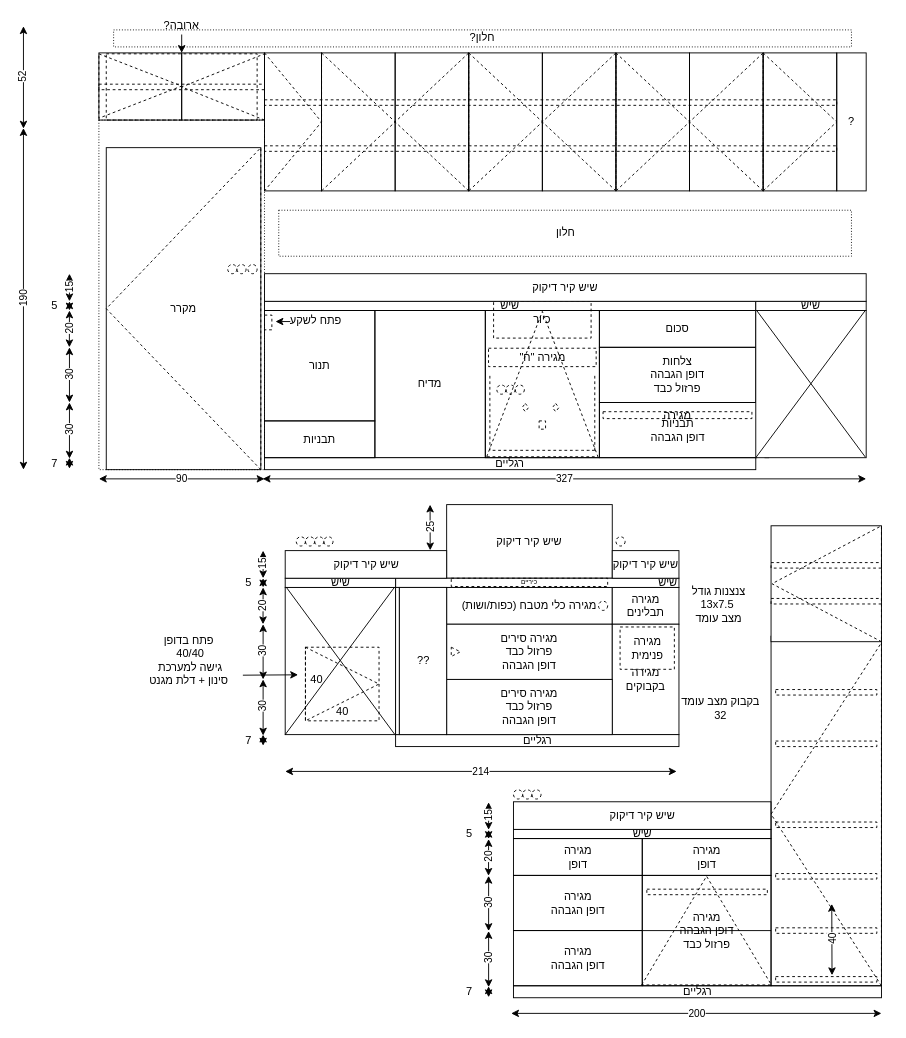
The draw.io diagram kitchen1.drawio in alonbl/alonbl.github.io, before the edit. Source tidied: cells renumbered, new cells numbered last; positions are measured from the earlier drawing's top-left corner, leaving out a move shared by most shapes. Both pictures are drawn from the tidied source at 92%, with x=0, y=0 at pixel (23, 16).
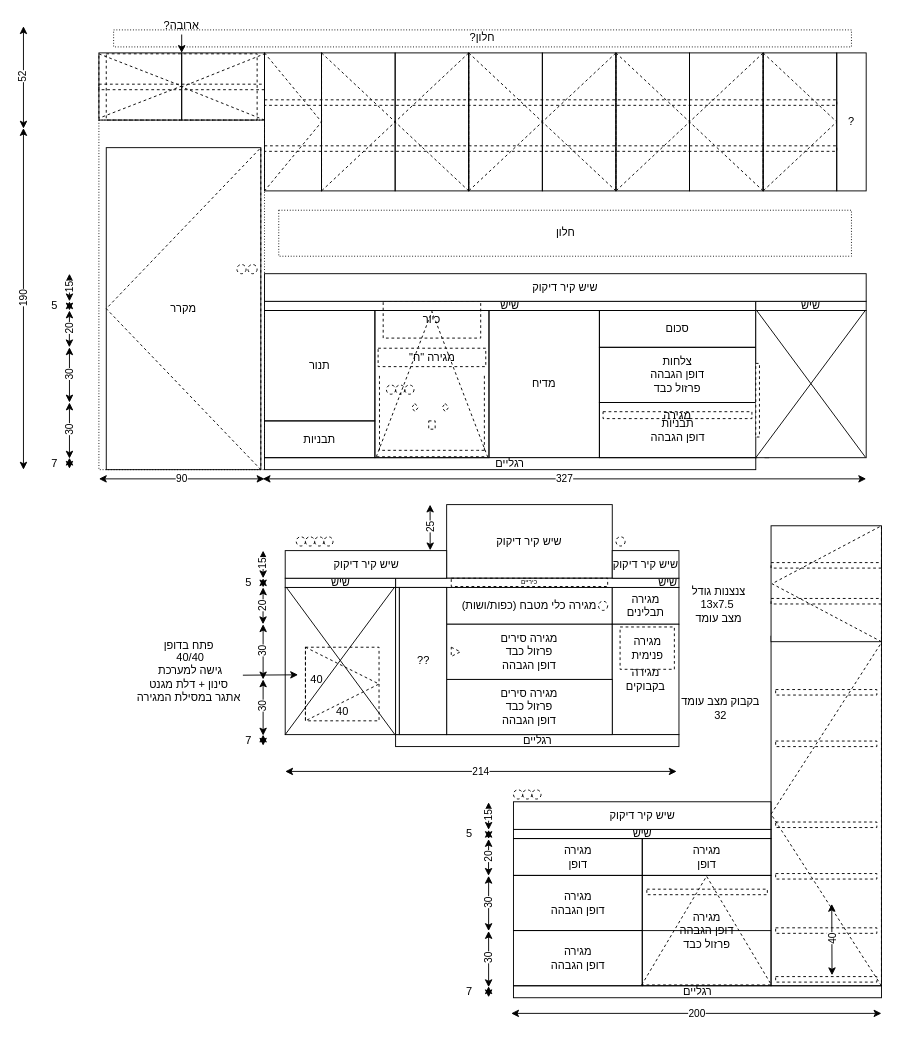
The same page after the edit.

Change to the diagram source:
```diff
@@
-    <mxCell id="28" value="&lt;div style=&quot;direction: rtl&quot;&gt;&lt;span&gt;פתח בדופן&lt;/span&gt;&lt;/div&gt;&lt;div style=&quot;direction: rtl&quot;&gt;&lt;span&gt;40/40&amp;nbsp;&lt;/span&gt;&lt;/div&gt;&lt;div style=&quot;direction: rtl&quot;&gt;&lt;span&gt;גישה למערכת&amp;nbsp;&lt;/span&gt;&lt;/div&gt;&lt;div style=&quot;direction: rtl&quot;&gt;&lt;span&gt;סינון + דלת מגנט&lt;/span&gt;&lt;/div&gt;" style="text;html=1;strokeColor=none;fillColor=none;align=center;verticalAlign=middle;whiteSpace=wrap;rounded=0;direction=rtl;" parent="1" vertex="1">
-      <mxGeometry x="120" y="672" width="120" height="55" as="geometry" />
+    <mxCell id="28" value="&lt;div style=&quot;direction: rtl&quot;&gt;&lt;span&gt;פתח בדופן&lt;/span&gt;&lt;/div&gt;&lt;div style=&quot;direction: rtl&quot;&gt;&lt;span&gt;40/40&amp;nbsp;&lt;/span&gt;&lt;/div&gt;&lt;div style=&quot;direction: rtl&quot;&gt;&lt;span&gt;גישה למערכת&amp;nbsp;&lt;/span&gt;&lt;/div&gt;&lt;div style=&quot;direction: rtl&quot;&gt;&lt;span&gt;סינון + דלת מגנט&lt;/span&gt;&lt;/div&gt;&lt;div style=&quot;direction: rtl&quot;&gt;אתגר במסילת המגירה&lt;/div&gt;" style="text;html=1;strokeColor=none;fillColor=none;align=center;verticalAlign=middle;whiteSpace=wrap;rounded=0;direction=rtl;" parent="1" vertex="1">
+      <mxGeometry x="120" y="672" width="120" height="79" as="geometry" />
     </mxCell>
@@
     <mxCell id="34" value="&lt;div style=&quot;direction: rtl&quot;&gt;&lt;span&gt;מדיח&lt;/span&gt;&lt;/div&gt;" style="rounded=0;whiteSpace=wrap;html=1;fillColor=none;" parent="1" vertex="1">
-      <mxGeometry x="382" y="320" width="120" height="160" as="geometry" />
+      <mxGeometry x="506" y="320" width="120" height="160" as="geometry" />
     </mxCell>
@@
     <mxCell id="39" value="&lt;div style=&quot;direction: rtl&quot;&gt;כיור&lt;/div&gt;" style="rounded=0;whiteSpace=wrap;html=1;fillColor=none;dashed=1;" parent="1" vertex="1">
-      <mxGeometry x="511" y="310" width="106" height="40" as="geometry" />
+      <mxGeometry x="391" y="310" width="106" height="40" as="geometry" />
     </mxCell>
     <mxCell id="40" value="&lt;div style=&quot;direction: rtl&quot;&gt;&lt;br&gt;&lt;/div&gt;" style="rounded=0;whiteSpace=wrap;html=1;fillColor=none;" parent="1" vertex="1">
-      <mxGeometry x="502" y="320" width="124" height="160" as="geometry" />
+      <mxGeometry x="382" y="320" width="124" height="160" as="geometry" />
     </mxCell>
@@
     <mxCell id="46" style="ellipse;whiteSpace=wrap;html=1;dashed=1;fillColor=none;" parent="1" vertex="1">
-      <mxGeometry x="514.5" y="401" width="10" height="10" as="geometry" />
+      <mxGeometry x="394.5" y="401" width="10" height="10" as="geometry" />
     </mxCell>
     <mxCell id="47" style="ellipse;whiteSpace=wrap;html=1;dashed=1;fillColor=none;" parent="1" vertex="1">
-      <mxGeometry x="534.5" y="401" width="10" height="10" as="geometry" />
+      <mxGeometry x="414.5" y="401" width="10" height="10" as="geometry" />
     </mxCell>
     <mxCell id="48" style="ellipse;whiteSpace=wrap;html=1;dashed=1;fillColor=none;" parent="1" vertex="1">
-      <mxGeometry x="524.5" y="401" width="10" height="10" as="geometry" />
+      <mxGeometry x="404.5" y="401" width="10" height="10" as="geometry" />
     </mxCell>
     <mxCell id="49" style="rhombus;whiteSpace=wrap;html=1;dashed=1;fillColor=none;" parent="1" vertex="1">
-      <mxGeometry x="542" y="421" width="7" height="9" as="geometry" />
+      <mxGeometry x="422" y="421" width="7" height="9" as="geometry" />
     </mxCell>
     <mxCell id="50" style="rounded=0;whiteSpace=wrap;html=1;dashed=1;fontFamily=Helvetica;fontSize=12;fontColor=#000000;align=center;strokeColor=#000000;" parent="1" vertex="1">
-      <mxGeometry x="560.5" y="440" width="7" height="9" as="geometry" />
+      <mxGeometry x="440.5" y="440" width="7" height="9" as="geometry" />
     </mxCell>
     <mxCell id="51" style="rhombus;whiteSpace=wrap;html=1;dashed=1;fillColor=none;" parent="1" vertex="1">
-      <mxGeometry x="575" y="421" width="7" height="9" as="geometry" />
+      <mxGeometry x="455" y="421" width="7" height="9" as="geometry" />
     </mxCell>
@@
     <mxCell id="56" value="&lt;div style=&quot;direction: rtl&quot;&gt;מגירה &quot;ח&quot;&lt;/div&gt;" style="rounded=0;whiteSpace=wrap;html=1;fillColor=none;dashed=1;" parent="1" vertex="1">
-      <mxGeometry x="505.5" y="361" width="117" height="20" as="geometry" />
+      <mxGeometry x="385.5" y="361" width="117" height="20" as="geometry" />
     </mxCell>
     <mxCell id="57" style="endArrow=none;dashed=1;html=1;entryX=0.04;entryY=0.444;entryDx=0;entryDy=0;entryPerimeter=0;" parent="1" edge="1" target="40">
       <mxGeometry relative="1" as="geometry">
-        <mxPoint x="507" y="472" as="sourcePoint" />
+        <mxPoint x="387" y="472" as="sourcePoint" />
       </mxGeometry>
     </mxCell>
     <mxCell id="58" style="endArrow=none;dashed=1;html=1;entryX=0.04;entryY=0.444;entryDx=0;entryDy=0;entryPerimeter=0;" parent="1" edge="1">
       <mxGeometry relative="1" as="geometry">
-        <mxPoint x="621" y="472" as="sourcePoint" />
-        <mxPoint x="621" y="391" as="targetPoint" />
+        <mxPoint x="501" y="472" as="sourcePoint" />
+        <mxPoint x="501" y="391" as="targetPoint" />
       </mxGeometry>
     </mxCell>
     <mxCell id="59" style="endArrow=none;dashed=1;html=1;" parent="1" edge="1">
       <mxGeometry relative="1" as="geometry">
-        <mxPoint x="621" y="472" as="sourcePoint" />
-        <mxPoint x="507" y="472" as="targetPoint" />
+        <mxPoint x="501" y="472" as="sourcePoint" />
+        <mxPoint x="387" y="472" as="targetPoint" />
         <Array as="points">
-          <mxPoint x="612" y="472" />
+          <mxPoint x="492" y="472" />
         </Array>
       </mxGeometry>
     </mxCell>
@@
     <mxCell id="89" style="triangle;whiteSpace=wrap;html=1;fillColor=none;dashed=1;rotation=-90;" parent="1" vertex="1">
-      <mxGeometry x="485" y="339.5" width="158" height="121" as="geometry" />
+      <mxGeometry x="365" y="339.5" width="158" height="121" as="geometry" />
     </mxCell>
@@
-    <mxCell id="120" style="ellipse;whiteSpace=wrap;html=1;dashed=1;fillColor=none;" parent="1" vertex="1">
-      <mxGeometry x="222" y="270" width="10" height="10" as="geometry" />
-    </mxCell>
@@
-    <mxCell id="156" value="&lt;div style=&quot;direction: rtl&quot;&gt;&lt;br&gt;&lt;/div&gt;" style="rounded=0;whiteSpace=wrap;html=1;direction=&quot;rtl&quot;;dashed=1;fillColor=none;" parent="1" vertex="1">
-      <mxGeometry x="262" y="325" width="8" height="16" as="geometry" />
-    </mxCell>
-    <mxCell id="157" value="פתח לשקע" style="text;html=1;strokeColor=none;fillColor=none;align=center;verticalAlign=middle;whiteSpace=wrap;rounded=0;direction=rtl;" parent="1" vertex="1">
-      <mxGeometry x="258" y="321" width="120" height="20" as="geometry" />
-    </mxCell>
-    <mxCell id="158" style="endArrow=classic;html=1;exitX=0.267;exitY=0.55;exitDx=0;exitDy=0;exitPerimeter=0;entryX=0.133;entryY=0.55;entryDx=0;entryDy=0;entryPerimeter=0;" parent="1" edge="1" source="157" target="157">
-      <mxGeometry relative="1" as="geometry" />
-    </mxCell>
+    <mxCell id="159" style="rounded=0;whiteSpace=wrap;html=1;dashed=1;" parent="1" vertex="1">
+      <mxGeometry x="796" y="377.5" width="4" height="80" as="geometry" />
+    </mxCell>
```
